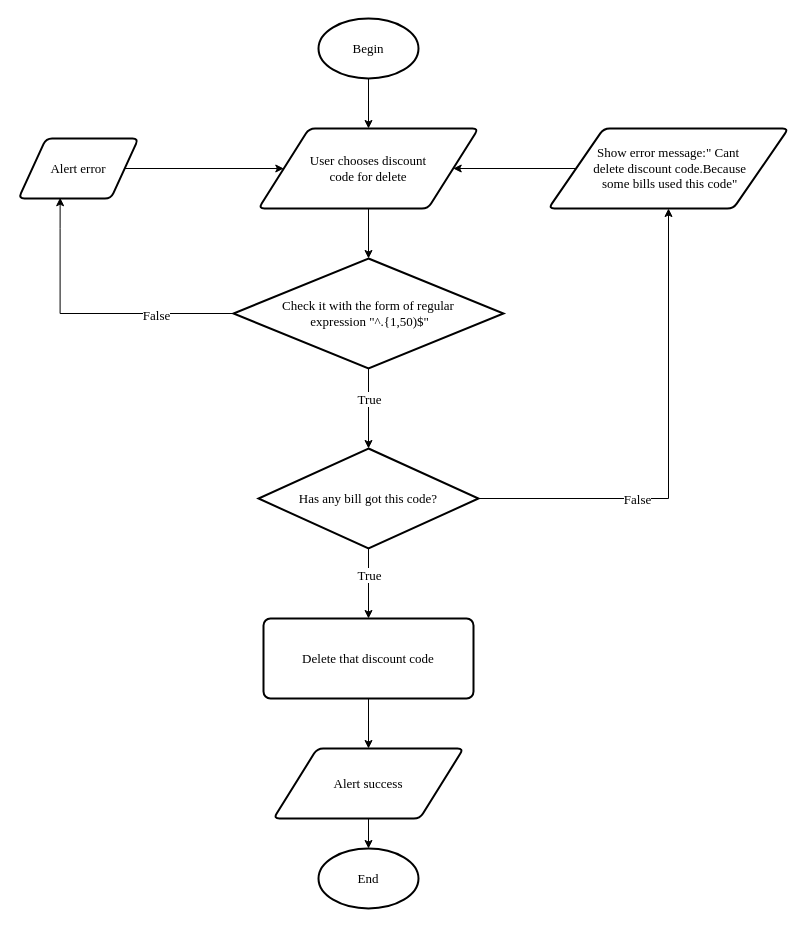
daomtthuan/do-an keeps this draw.io diagram as page "Delete Code" (17 of 20) of document/diagram/flowchart.drawio. Above is the earlier version. Source tidied: cells renumbered, new cells numbered last; positions are measured from the earlier drawing's top-left corner, leaving out a move shared by most shapes. Both pictures are drawn from the tidied source at 100%, with x=0, y=0 at pixel (18, 18).
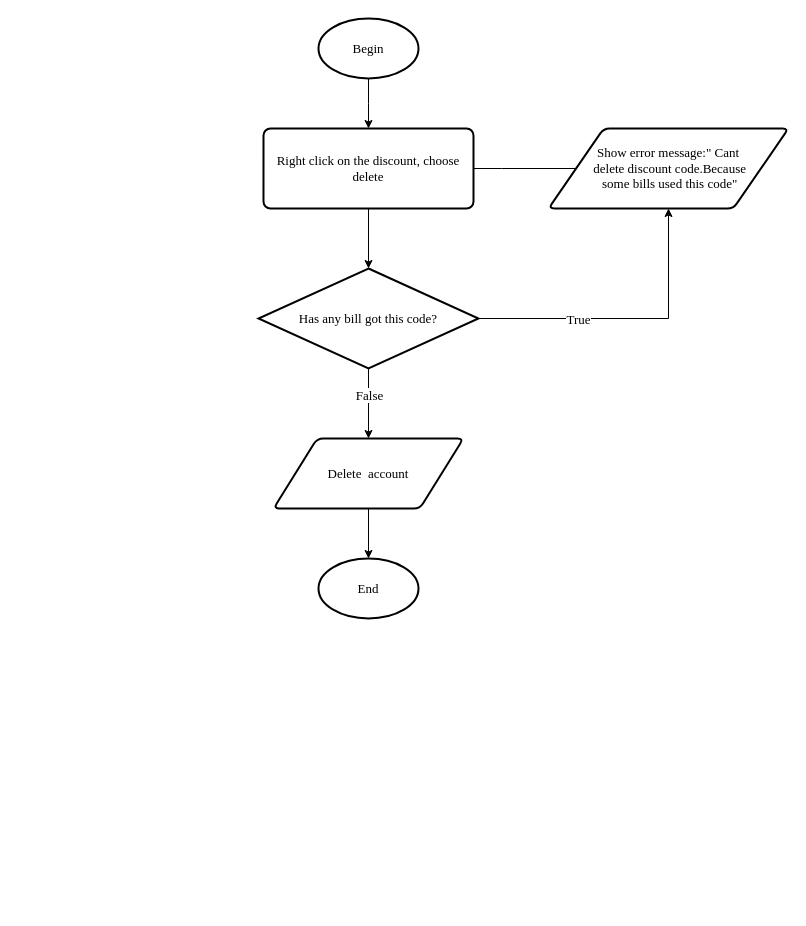
The same diagram, later.

Unchanged cells that the change refers to:
```xml
<mxCell id="3" value="Begin" style="strokeWidth=2;html=1;shape=mxgraph.flowchart.start_1;whiteSpace=wrap;fontFamily=Times New Roman;fontSize=13;" parent="1" vertex="1">
  <mxGeometry x="300" width="100" height="60" as="geometry" />
</mxCell>
<mxCell id="16" value="Show error message:&quot; Cant&lt;br&gt;&amp;nbsp;delete&amp;nbsp;discount code.Because&lt;br&gt;&amp;nbsp;some&amp;nbsp;bills used this code&quot;" style="shape=parallelogram;html=1;strokeWidth=2;perimeter=parallelogramPerimeter;whiteSpace=wrap;rounded=1;arcSize=12;size=0.23;fontFamily=Times New Roman;fontSize=13;" parent="1" vertex="1">
  <mxGeometry x="530" y="110" width="240" height="80" as="geometry" />
</mxCell>
<mxCell id="20" style="edgeStyle=orthogonalEdgeStyle;rounded=0;jettySize=auto;html=1;exitX=1;exitY=0.5;exitDx=0;exitDy=0;exitPerimeter=0;entryX=0.5;entryY=1;entryDx=0;entryDy=0;fontFamily=Times New Roman;fontSize=13;" parent="1" edge="1" source="22" target="16">
  <mxGeometry relative="1" as="geometry" />
</mxCell>
```

What changed in the source:
```diff
@@
-    <mxCell id="2" style="edgeStyle=orthogonalEdgeStyle;rounded=0;jettySize=auto;html=1;exitX=0.5;exitY=1;exitDx=0;exitDy=0;exitPerimeter=0;entryX=0.5;entryY=0;entryDx=0;entryDy=0;fontFamily=Times New Roman;fontSize=13;" parent="1" edge="1" source="3" target="5">
-      <mxGeometry relative="1" as="geometry" />
+    <mxCell id="2" style="edgeStyle=orthogonalEdgeStyle;rounded=0;jettySize=auto;html=1;exitX=0.5;exitY=1;exitDx=0;exitDy=0;exitPerimeter=0;entryX=0.5;entryY=0;entryDx=0;entryDy=0;fontFamily=Times New Roman;fontSize=13;" parent="1" edge="1" source="3">
+      <mxGeometry relative="1" as="geometry">
+        <mxPoint x="350" y="110" as="targetPoint" />
+      </mxGeometry>
     </mxCell>
@@
-    <mxCell id="4" style="edgeStyle=orthogonalEdgeStyle;rounded=0;jettySize=auto;html=1;exitX=0.5;exitY=1;exitDx=0;exitDy=0;entryX=0.5;entryY=0;entryDx=0;entryDy=0;entryPerimeter=0;fontFamily=Times New Roman;fontSize=13;" parent="1" edge="1" source="5" target="10">
-      <mxGeometry relative="1" as="geometry" />
-    </mxCell>
-    <mxCell id="5" value="User chooses discount &lt;br style=&quot;font-size: 13px;&quot;&gt;code for delete" style="shape=parallelogram;html=1;strokeWidth=2;perimeter=parallelogramPerimeter;whiteSpace=wrap;rounded=1;arcSize=12;size=0.23;fontFamily=Times New Roman;fontSize=13;" parent="1" vertex="1">
-      <mxGeometry x="240" y="110" width="220" height="80" as="geometry" />
-    </mxCell>
-    <mxCell id="6" style="edgeStyle=orthogonalEdgeStyle;rounded=0;jettySize=auto;html=1;exitX=0.5;exitY=1;exitDx=0;exitDy=0;exitPerimeter=0;fontFamily=Times New Roman;fontSize=13;" parent="1" edge="1" source="10" target="22">
+    <mxCell id="6" style="edgeStyle=orthogonalEdgeStyle;rounded=0;jettySize=auto;html=1;exitX=0.5;exitY=1;exitDx=0;exitDy=0;fontFamily=Times New Roman;fontSize=13;" parent="1" edge="1" source="25" target="22">
       <mxGeometry relative="1" as="geometry" />
     </mxCell>
-    <mxCell id="7" value="True" style="text;html=1;align=center;verticalAlign=middle;labelBackgroundColor=#ffffff;fontSize=13;fontFamily=Times New Roman;" parent="6" vertex="1">
-      <mxGeometry x="-0.26" relative="1" as="geometry" />
-    </mxCell>
-    <mxCell id="8" style="edgeStyle=orthogonalEdgeStyle;rounded=0;jettySize=auto;html=1;exitX=0;exitY=0.5;exitDx=0;exitDy=0;exitPerimeter=0;entryX=0.347;entryY=0.987;entryDx=0;entryDy=0;entryPerimeter=0;fontFamily=Times New Roman;fontSize=13;" parent="1" edge="1" source="10" target="24">
-      <mxGeometry relative="1" as="geometry" />
-    </mxCell>
-    <mxCell id="9" value="False" style="text;html=1;align=center;verticalAlign=middle;labelBackgroundColor=#ffffff;fontSize=13;fontFamily=Times New Roman;" parent="8" vertex="1">
-      <mxGeometry x="-0.46" y="1" relative="1" as="geometry" />
-    </mxCell>
-    <mxCell id="10" value="Check it with the form of regular&lt;br&gt;&amp;nbsp;expression &quot;^.{1,50)$&quot;" style="strokeWidth=2;html=1;shape=mxgraph.flowchart.decision;whiteSpace=wrap;fontFamily=Times New Roman;fontSize=13;" parent="1" vertex="1">
-      <mxGeometry x="215" y="240" width="270" height="110" as="geometry" />
-    </mxCell>
-    <mxCell id="11" style="edgeStyle=orthogonalEdgeStyle;rounded=0;jettySize=auto;html=1;fontFamily=Times New Roman;fontSize=13;" parent="1" edge="1" source="12" target="14">
-      <mxGeometry relative="1" as="geometry" />
-    </mxCell>
-    <mxCell id="12" value="Delete that discount code" style="rounded=1;whiteSpace=wrap;html=1;absoluteArcSize=1;arcSize=14;strokeWidth=2;fontFamily=Times New Roman;fontSize=13;" parent="1" vertex="1">
-      <mxGeometry x="245" y="600" width="210" height="80" as="geometry" />
-    </mxCell>
@@
-    <mxCell id="14" value="Alert success" style="shape=parallelogram;html=1;strokeWidth=2;perimeter=parallelogramPerimeter;whiteSpace=wrap;rounded=1;arcSize=12;size=0.23;fontFamily=Times New Roman;fontSize=13;" parent="1" vertex="1">
-      <mxGeometry x="255" y="730" width="190" height="70" as="geometry" />
+    <mxCell id="14" value="Delete&amp;nbsp; account" style="shape=parallelogram;html=1;strokeWidth=2;perimeter=parallelogramPerimeter;whiteSpace=wrap;rounded=1;arcSize=12;size=0.23;fontFamily=Times New Roman;fontSize=13;" parent="1" vertex="1">
+      <mxGeometry x="255" y="420" width="190" height="70" as="geometry" />
     </mxCell>
-    <mxCell id="15" style="edgeStyle=orthogonalEdgeStyle;rounded=0;jettySize=auto;html=1;exitX=0;exitY=0.5;exitDx=0;exitDy=0;entryX=1;entryY=0.5;entryDx=0;entryDy=0;fontFamily=Times New Roman;fontSize=13;" parent="1" edge="1" source="16" target="5">
-      <mxGeometry relative="1" as="geometry" />
+    <mxCell id="15" style="edgeStyle=orthogonalEdgeStyle;rounded=0;jettySize=auto;html=1;exitX=0;exitY=0.5;exitDx=0;exitDy=0;entryX=1;entryY=0.5;entryDx=0;entryDy=0;fontFamily=Times New Roman;fontSize=13;" parent="1" edge="1" source="16">
+      <mxGeometry relative="1" as="geometry">
+        <mxPoint x="435" y="150" as="targetPoint" />
+      </mxGeometry>
     </mxCell>
@@
     <mxCell id="17" value="End" style="strokeWidth=2;html=1;shape=mxgraph.flowchart.start_1;whiteSpace=wrap;fontFamily=Times New Roman;fontSize=13;" parent="1" vertex="1">
-      <mxGeometry x="300" y="830" width="100" height="60" as="geometry" />
+      <mxGeometry x="300" y="540" width="100" height="60" as="geometry" />
     </mxCell>
-    <mxCell id="18" style="edgeStyle=orthogonalEdgeStyle;rounded=0;jettySize=auto;html=1;fontFamily=Times New Roman;fontSize=13;" parent="1" edge="1" source="22" target="12">
+    <mxCell id="18" style="edgeStyle=orthogonalEdgeStyle;rounded=0;jettySize=auto;html=1;fontFamily=Times New Roman;fontSize=13;entryX=0.5;entryY=0;entryDx=0;entryDy=0;" parent="1" edge="1" source="22" target="14">
       <mxGeometry relative="1" as="geometry" />
     </mxCell>
-    <mxCell id="19" value="True" style="text;html=1;align=center;verticalAlign=middle;labelBackgroundColor=#ffffff;fontSize=13;fontFamily=Times New Roman;" parent="18" vertex="1">
+    <mxCell id="19" value="False" style="text;html=1;align=center;verticalAlign=middle;labelBackgroundColor=#ffffff;fontSize=13;fontFamily=Times New Roman;" parent="18" vertex="1">
       <mxGeometry x="-0.27" relative="1" as="geometry" />
     </mxCell>
@@
-    <mxCell id="21" value="False" style="text;html=1;align=center;verticalAlign=middle;labelBackgroundColor=#ffffff;fontSize=13;fontFamily=Times New Roman;" parent="20" vertex="1">
+    <mxCell id="21" value="True" style="text;html=1;align=center;verticalAlign=middle;labelBackgroundColor=#ffffff;fontSize=13;fontFamily=Times New Roman;" parent="20" vertex="1">
       <mxGeometry x="-0.34" relative="1" as="geometry" />
     </mxCell>
     <mxCell id="22" value="Has any bill got this code?" style="strokeWidth=2;html=1;shape=mxgraph.flowchart.decision;whiteSpace=wrap;fontFamily=Times New Roman;fontSize=13;" parent="1" vertex="1">
-      <mxGeometry x="240" y="430" width="220" height="100" as="geometry" />
+      <mxGeometry x="240" y="250" width="220" height="100" as="geometry" />
     </mxCell>
-    <mxCell id="23" style="edgeStyle=orthogonalEdgeStyle;rounded=0;jettySize=auto;html=1;entryX=0;entryY=0.5;entryDx=0;entryDy=0;fontFamily=Times New Roman;fontSize=13;" parent="1" edge="1" source="24" target="5">
-      <mxGeometry relative="1" as="geometry" />
-    </mxCell>
-    <mxCell id="24" value="Alert error" style="shape=parallelogram;html=1;strokeWidth=2;perimeter=parallelogramPerimeter;whiteSpace=wrap;rounded=1;arcSize=12;size=0.23;fontFamily=Times New Roman;fontSize=13;" parent="1" vertex="1">
-      <mxGeometry y="120" width="120" height="60" as="geometry" />
-    </mxCell>
+    <mxCell id="25" value="Right click on the discount, choose delete" style="rounded=1;whiteSpace=wrap;html=1;absoluteArcSize=1;arcSize=14;strokeWidth=2;fontFamily=Times New Roman;fontSize=13;" parent="1" vertex="1">
+      <mxGeometry x="245" y="110" width="210" height="80" as="geometry" />
+    </mxCell>
```
